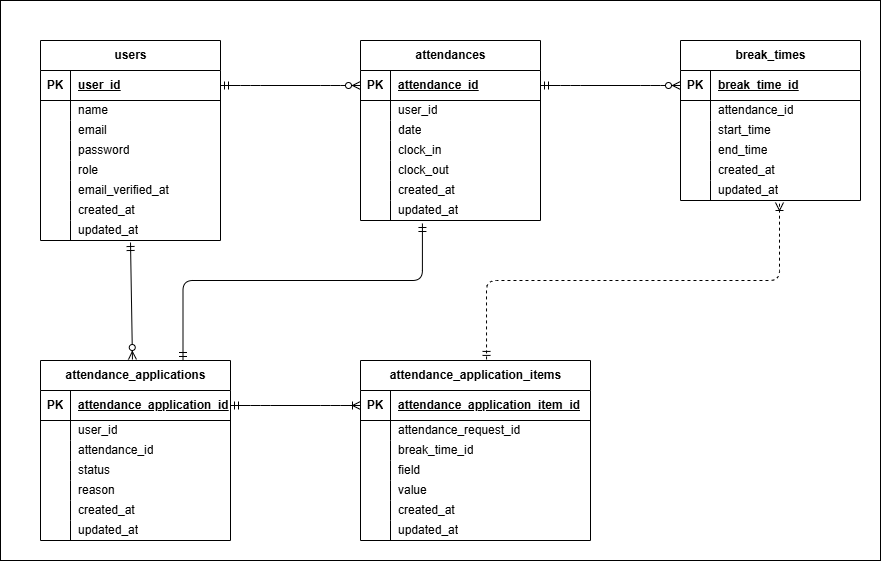
Before: ER.drawio.png, a diagram exported from draw.io (seiya71/coachtech-attendance). Source tidied: cells renumbered, new cells last; positions are measured from the earlier drawing's top-left corner, leaving out a move shared by most shapes.
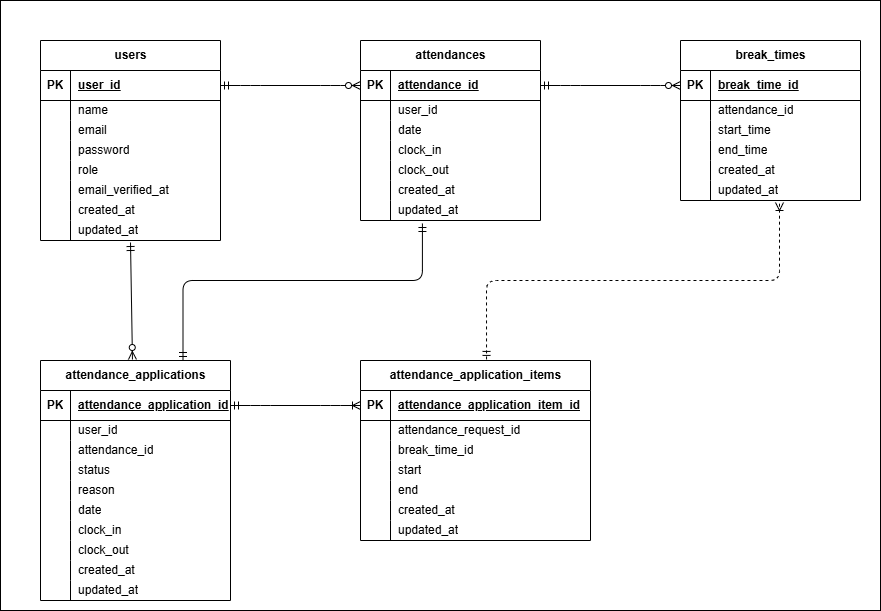
The same diagram one commit later.

What changed in the source:
```diff
@@ -3,7 +3,7 @@
     <mxCell id="0" />
     <mxCell id="1" parent="0" />
     <mxCell id="2" style="rounded=0;whiteSpace=wrap;html=1;" parent="1" vertex="1">
-      <mxGeometry width="880" height="560" as="geometry" />
+      <mxGeometry width="880" height="610" as="geometry" />
     </mxCell>
     <mxCell id="3" value="users" style="shape=table;startSize=30;rowLines=0;fontStyle=1;align=center;html=1;" parent="1" vertex="1">
       <mxGeometry x="40" y="40" width="180" height="200" as="geometry" />
@@ -204,7 +204,7 @@
       <mxGeometry x="30" width="150" height="20" as="geometry" />
     </mxCell>
     <mxCell id="69" value="attendance_applications" style="shape=table;startSize=30;rowLines=0;fontStyle=1;align=center;html=1;" parent="1" vertex="1">
-      <mxGeometry x="40" y="360" width="190" height="180" as="geometry" />
+      <mxGeometry x="40" y="360" width="190" height="240" as="geometry" />
     </mxCell>
     <mxCell id="70" style="shape=tableRow;horizontal=0;startSize=0;swimlaneHead=0;swimlaneBody=0;fillColor=none;points=[[0,0.5],[1,0.5]];portConstraint=eastwest;top=0;left=0;right=0;bottom=1;" parent="69" vertex="1">
       <mxGeometry y="30" width="190" height="30" as="geometry" />
@@ -257,7 +257,7 @@
     <mxCell id="86" style="shape=partialRectangle;fillColor=none;top=0;left=0;bottom=0;right=0;overflow=hidden;whiteSpace=wrap;html=1;" parent="85" vertex="1">
       <mxGeometry width="30" height="20" as="geometry" />
     </mxCell>
-    <mxCell id="87" value="created_at" style="shape=partialRectangle;fillColor=none;top=0;left=0;bottom=0;right=0;align=left;spacingLeft=6;overflow=hidden;whiteSpace=wrap;html=1;" parent="85" vertex="1">
+    <mxCell id="87" value="date" style="shape=partialRectangle;fillColor=none;top=0;left=0;bottom=0;right=0;align=left;spacingLeft=6;overflow=hidden;whiteSpace=wrap;html=1;" parent="85" vertex="1">
       <mxGeometry x="30" width="160" height="20" as="geometry" />
     </mxCell>
     <mxCell id="88" style="shape=tableRow;horizontal=0;startSize=0;swimlaneHead=0;swimlaneBody=0;fillColor=none;top=0;left=0;right=0;bottom=0;" parent="69" vertex="1">
@@ -266,9 +266,36 @@
     <mxCell id="89" style="shape=partialRectangle;fillColor=none;top=0;left=0;bottom=0;right=0;overflow=hidden;whiteSpace=wrap;html=1;" parent="88" vertex="1">
       <mxGeometry width="30" height="20" as="geometry" />
     </mxCell>
-    <mxCell id="90" value="updated_at" style="shape=partialRectangle;fillColor=none;top=0;left=0;bottom=0;right=0;align=left;spacingLeft=6;overflow=hidden;whiteSpace=wrap;html=1;" parent="88" vertex="1">
+    <mxCell id="90" value="clock_in" style="shape=partialRectangle;fillColor=none;top=0;left=0;bottom=0;right=0;align=left;spacingLeft=6;overflow=hidden;whiteSpace=wrap;html=1;" parent="88" vertex="1">
       <mxGeometry x="30" width="160" height="20" as="geometry" />
     </mxCell>
+    <mxCell id="119" style="shape=tableRow;horizontal=0;startSize=0;swimlaneHead=0;swimlaneBody=0;fillColor=none;top=0;left=0;right=0;bottom=0;" parent="69" vertex="1">
+      <mxGeometry y="180" width="190" height="20" as="geometry" />
+    </mxCell>
+    <mxCell id="120" style="shape=partialRectangle;fillColor=none;top=0;left=0;bottom=0;right=0;overflow=hidden;whiteSpace=wrap;html=1;" parent="119" vertex="1">
+      <mxGeometry width="30" height="20" as="geometry" />
+    </mxCell>
+    <mxCell id="121" value="clock_out" style="shape=partialRectangle;fillColor=none;top=0;left=0;bottom=0;right=0;align=left;spacingLeft=6;overflow=hidden;whiteSpace=wrap;html=1;" parent="119" vertex="1">
+      <mxGeometry x="30" width="160" height="20" as="geometry" />
+    </mxCell>
+    <mxCell id="122" style="shape=tableRow;horizontal=0;startSize=0;swimlaneHead=0;swimlaneBody=0;fillColor=none;top=0;left=0;right=0;bottom=0;" parent="69" vertex="1">
+      <mxGeometry y="200" width="190" height="20" as="geometry" />
+    </mxCell>
+    <mxCell id="123" style="shape=partialRectangle;fillColor=none;top=0;left=0;bottom=0;right=0;overflow=hidden;whiteSpace=wrap;html=1;" parent="122" vertex="1">
+      <mxGeometry width="30" height="20" as="geometry" />
+    </mxCell>
+    <mxCell id="124" value="created_at" style="shape=partialRectangle;fillColor=none;top=0;left=0;bottom=0;right=0;align=left;spacingLeft=6;overflow=hidden;whiteSpace=wrap;html=1;" parent="122" vertex="1">
+      <mxGeometry x="30" width="160" height="20" as="geometry" />
+    </mxCell>
+    <mxCell id="125" style="shape=tableRow;horizontal=0;startSize=0;swimlaneHead=0;swimlaneBody=0;fillColor=none;top=0;left=0;right=0;bottom=0;" parent="69" vertex="1">
+      <mxGeometry y="220" width="190" height="20" as="geometry" />
+    </mxCell>
+    <mxCell id="126" style="shape=partialRectangle;fillColor=none;top=0;left=0;bottom=0;right=0;overflow=hidden;whiteSpace=wrap;html=1;" parent="125" vertex="1">
+      <mxGeometry width="30" height="20" as="geometry" />
+    </mxCell>
+    <mxCell id="127" value="&lt;span style=&quot;color: rgb(0, 0, 0);&quot;&gt;updated_at&lt;/span&gt;" style="shape=partialRectangle;fillColor=none;top=0;left=0;bottom=0;right=0;align=left;spacingLeft=6;overflow=hidden;whiteSpace=wrap;html=1;" parent="125" vertex="1">
+      <mxGeometry x="30" width="160" height="20" as="geometry" />
+    </mxCell>
     <mxCell id="91" value="attendance_application_items" style="shape=table;startSize=30;rowLines=0;fontStyle=1;align=center;html=1;" parent="1" vertex="1">
       <mxGeometry x="360" y="360" width="230" height="180" as="geometry" />
     </mxCell>
@@ -305,7 +332,7 @@
     <mxCell id="102" style="shape=partialRectangle;fillColor=none;top=0;left=0;bottom=0;right=0;overflow=hidden;whiteSpace=wrap;html=1;" parent="101" vertex="1">
       <mxGeometry width="30" height="20" as="geometry" />
     </mxCell>
-    <mxCell id="103" value="field" style="shape=partialRectangle;fillColor=none;top=0;left=0;bottom=0;right=0;align=left;spacingLeft=6;overflow=hidden;whiteSpace=wrap;html=1;" parent="101" vertex="1">
+    <mxCell id="103" value="start" style="shape=partialRectangle;fillColor=none;top=0;left=0;bottom=0;right=0;align=left;spacingLeft=6;overflow=hidden;whiteSpace=wrap;html=1;" parent="101" vertex="1">
       <mxGeometry x="30" width="200" height="20" as="geometry" />
     </mxCell>
     <mxCell id="104" style="shape=tableRow;horizontal=0;startSize=0;swimlaneHead=0;swimlaneBody=0;fillColor=none;top=0;left=0;right=0;bottom=0;" parent="91" vertex="1">
@@ -314,7 +341,7 @@
     <mxCell id="105" style="shape=partialRectangle;fillColor=none;top=0;left=0;bottom=0;right=0;overflow=hidden;whiteSpace=wrap;html=1;" parent="104" vertex="1">
       <mxGeometry width="30" height="20" as="geometry" />
     </mxCell>
-    <mxCell id="106" value="value" style="shape=partialRectangle;fillColor=none;top=0;left=0;bottom=0;right=0;align=left;spacingLeft=6;overflow=hidden;whiteSpace=wrap;html=1;" parent="104" vertex="1">
+    <mxCell id="106" value="end" style="shape=partialRectangle;fillColor=none;top=0;left=0;bottom=0;right=0;align=left;spacingLeft=6;overflow=hidden;whiteSpace=wrap;html=1;" parent="104" vertex="1">
       <mxGeometry x="30" width="200" height="20" as="geometry" />
     </mxCell>
     <mxCell id="107" style="shape=tableRow;horizontal=0;startSize=0;swimlaneHead=0;swimlaneBody=0;fillColor=none;top=0;left=0;right=0;bottom=0;" parent="91" vertex="1">
```
